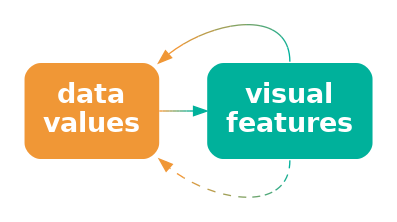
Before: Diagrams/data-vis-redundant.png, a diagram exported from Graphviz (pmur002/hdvw). Its source is kept beside it as Diagrams/data-vis-redundant.dot.
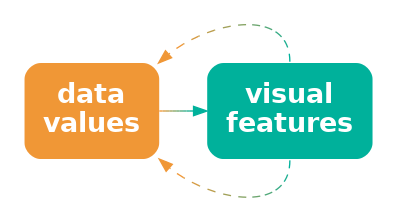
After the commit.

Diff of the diagram source:
```diff
@@ -6,5 +6,5 @@
      style="filled, rounded"; penwidth=0; fontcolor=white; fillcolor="#00B19B" ]
   data -> vis [ color="#F09736;0.1:#D59A41;0.1:#BB9D4C;0.1:#A0A058;0.1:#85A363;0.1:#6BA56E;0.1:#50A879;0.1:#35AB85;0.1:#1BAE90;0.1:#00B19B;0.1" ]
   vis:s -> data:se [ style="dashed", color="#00B19B;0.1:#1BAE90;0.1:#35AB85;0.1:#50A879;0.1:#6BA56E;0.1:#85A363;0.1:#A0A058;0.1:#BB9D4C;0.1:#D59A41;0.1:#F09736;0.1" ]
-  vis:n -> data:ne [ style="solid", color="#00B19B;0.1:#1BAE90;0.1:#35AB85;0.1:#50A879;0.1:#6BA56E;0.1:#85A363;0.1:#A0A058;0.1:#BB9D4C;0.1:#D59A41;0.1:#F09736;0.1" ]
+  vis:n -> data:ne [ style="dashed", color="#00B19B;0.1:#1BAE90;0.1:#35AB85;0.1:#50A879;0.1:#6BA56E;0.1:#85A363;0.1:#A0A058;0.1:#BB9D4C;0.1:#D59A41;0.1:#F09736;0.1" ]
 }
```
